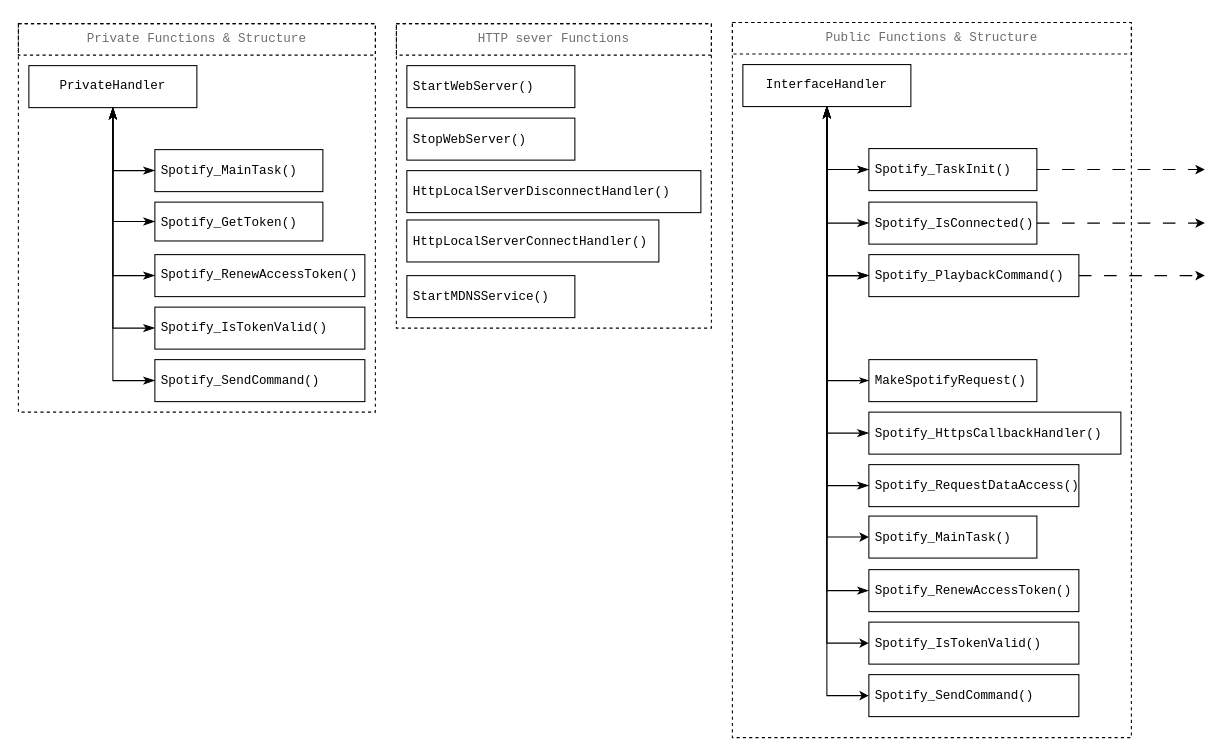
Before: components/SpotifyInterface/SpotifyInterface structure.drawio in Behn4m/simple_server_Spotify, a draw.io diagram. Source tidied: cells renumbered, new cells numbered last; positions are measured from the earlier drawing's top-left corner, leaving out a move shared by most shapes. Both pictures are drawn from the tidied source at 105%, with x=0, y=0 at pixel (18, 22).
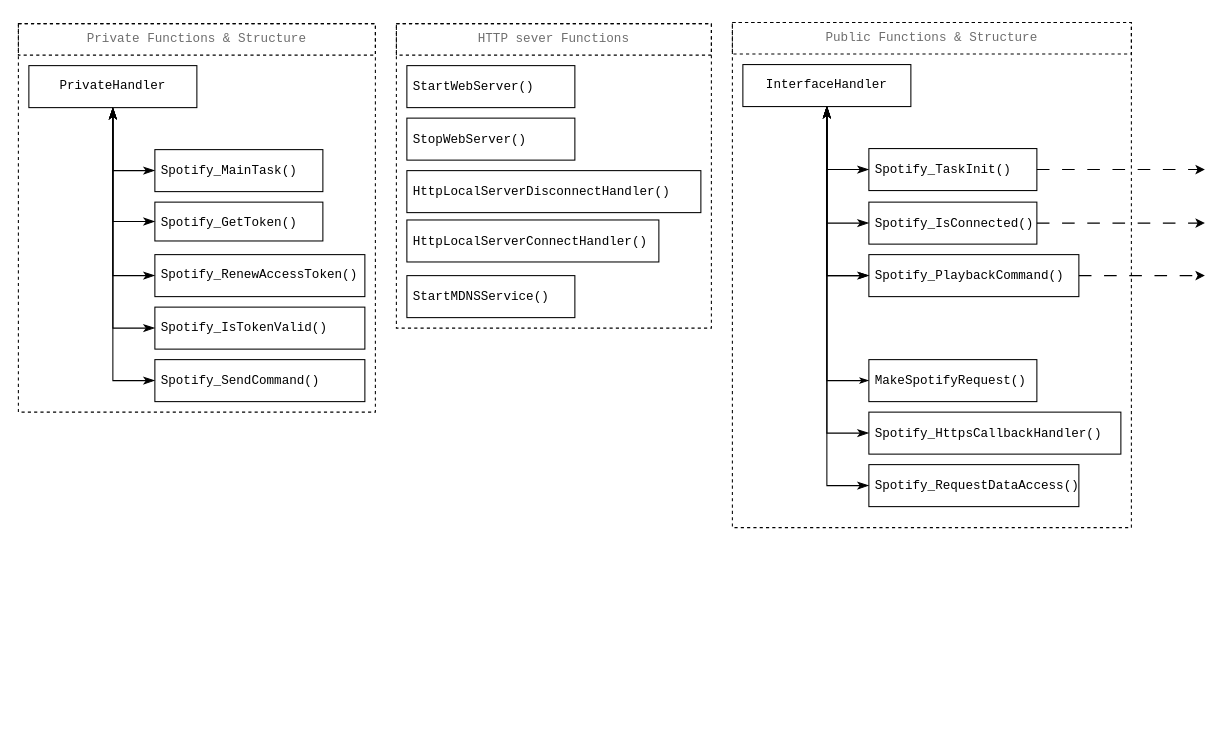
Above is the later version.

The change refers to these unchanged cells:
```xml
<mxCell id="14" value="&lt;pre&gt;InterfaceHandler&lt;/pre&gt;" style="rounded=0;whiteSpace=wrap;html=1;labelBackgroundColor=none;fillColor=none;" parent="1" vertex="1">
  <mxGeometry x="690" y="40" width="160" height="40" as="geometry" />
</mxCell>
```

What changed in the source:
```diff
@@
     <mxCell id="3" style="rounded=0;whiteSpace=wrap;html=1;fontSize=16;fillColor=none;dashed=1;strokeColor=default;glass=0;shadow=0;" parent="1" vertex="1">
-      <mxGeometry x="680" width="380" height="681" as="geometry" />
+      <mxGeometry x="680" width="380" height="481" as="geometry" />
     </mxCell>
@@
-    <mxCell id="6" value="&lt;div style=&quot;font-size: 13px;&quot;&gt;&lt;div style=&quot;color: rgb(204, 204, 204); font-family: &amp;quot;Droid Sans Mono&amp;quot;, &amp;quot;monospace&amp;quot;, monospace; font-weight: normal; line-height: 19px;&quot;&gt;&lt;div&gt;&lt;pre&gt;&lt;font style=&quot;font-size: 12px;&quot; color=&quot;#000000&quot;&gt;Spotify_RenewAccessToken()&lt;/font&gt;&lt;/pre&gt;&lt;/div&gt;&lt;/div&gt;&lt;/div&gt;" style="rounded=0;whiteSpace=wrap;html=1;labelBackgroundColor=none;align=left;spacingLeft=4;fillColor=none;" parent="1" vertex="1">
-      <mxGeometry x="810" y="521" width="200" height="40" as="geometry" />
-    </mxCell>
@@
-    <mxCell id="9" style="edgeStyle=orthogonalEdgeStyle;rounded=0;jettySize=auto;html=1;entryX=0;entryY=0.5;entryDx=0;entryDy=0;fontSize=12;startSize=8;endSize=8;startArrow=classicThin;startFill=1;endArrow=classicThin;endFill=1;" parent="1" edge="1" source="14" target="6">
-      <mxGeometry relative="1" as="geometry" />
-    </mxCell>
@@
-    <mxCell id="11" style="edgeStyle=orthogonalEdgeStyle;rounded=0;jettySize=auto;html=1;entryX=0;entryY=0.5;entryDx=0;entryDy=0;" parent="1" edge="1" source="14" target="47">
-      <mxGeometry relative="1" as="geometry" />
-    </mxCell>
-    <mxCell id="12" style="edgeStyle=orthogonalEdgeStyle;rounded=0;jettySize=auto;html=1;entryX=0;entryY=0.5;entryDx=0;entryDy=0;" parent="1" edge="1" source="14" target="48">
-      <mxGeometry relative="1" as="geometry" />
-    </mxCell>
-    <mxCell id="13" style="edgeStyle=orthogonalEdgeStyle;rounded=0;jettySize=auto;html=1;entryX=0;entryY=0.5;entryDx=0;entryDy=0;" parent="1" edge="1" source="14" target="49">
-      <mxGeometry relative="1" as="geometry" />
-    </mxCell>
@@
-    <mxCell id="47" value="&lt;div style=&quot;font-size: 13px;&quot;&gt;&lt;div style=&quot;color: rgb(204, 204, 204); font-family: &amp;quot;Droid Sans Mono&amp;quot;, &amp;quot;monospace&amp;quot;, monospace; font-weight: normal; line-height: 19px;&quot;&gt;&lt;div&gt;&lt;pre&gt;&lt;font style=&quot;font-size: 12px;&quot; color=&quot;#000000&quot;&gt;Spotify_MainTask()&lt;/font&gt;&lt;/pre&gt;&lt;/div&gt;&lt;/div&gt;&lt;/div&gt;" style="rounded=0;whiteSpace=wrap;html=1;labelBackgroundColor=none;align=left;spacingLeft=4;fillColor=none;" parent="1" vertex="1">
-      <mxGeometry x="810" y="470" width="160" height="40" as="geometry" />
-    </mxCell>
-    <mxCell id="48" value="&lt;div style=&quot;font-size: 13px;&quot;&gt;&lt;div style=&quot;color: rgb(204, 204, 204); font-family: &amp;quot;Droid Sans Mono&amp;quot;, &amp;quot;monospace&amp;quot;, monospace; font-weight: normal; line-height: 19px;&quot;&gt;&lt;div&gt;&lt;pre&gt;&lt;font style=&quot;font-size: 12px;&quot; color=&quot;#000000&quot;&gt;Spotify_IsTokenValid()&lt;/font&gt;&lt;/pre&gt;&lt;/div&gt;&lt;/div&gt;&lt;/div&gt;" style="rounded=0;whiteSpace=wrap;html=1;labelBackgroundColor=none;align=left;spacingLeft=4;fillColor=none;" parent="1" vertex="1">
-      <mxGeometry x="810" y="571" width="200" height="40" as="geometry" />
-    </mxCell>
-    <mxCell id="49" value="&lt;div style=&quot;font-size: 13px;&quot;&gt;&lt;div style=&quot;color: rgb(204, 204, 204); font-family: &amp;quot;Droid Sans Mono&amp;quot;, &amp;quot;monospace&amp;quot;, monospace; font-weight: normal; line-height: 19px;&quot;&gt;&lt;div&gt;&lt;pre&gt;&lt;font style=&quot;font-size: 12px;&quot; color=&quot;#000000&quot;&gt;Spotify_SendCommand()&lt;/font&gt;&lt;/pre&gt;&lt;/div&gt;&lt;/div&gt;&lt;/div&gt;" style="rounded=0;whiteSpace=wrap;html=1;labelBackgroundColor=none;align=left;spacingLeft=4;fillColor=none;" parent="1" vertex="1">
-      <mxGeometry x="810" y="621" width="200" height="40" as="geometry" />
-    </mxCell>
```
